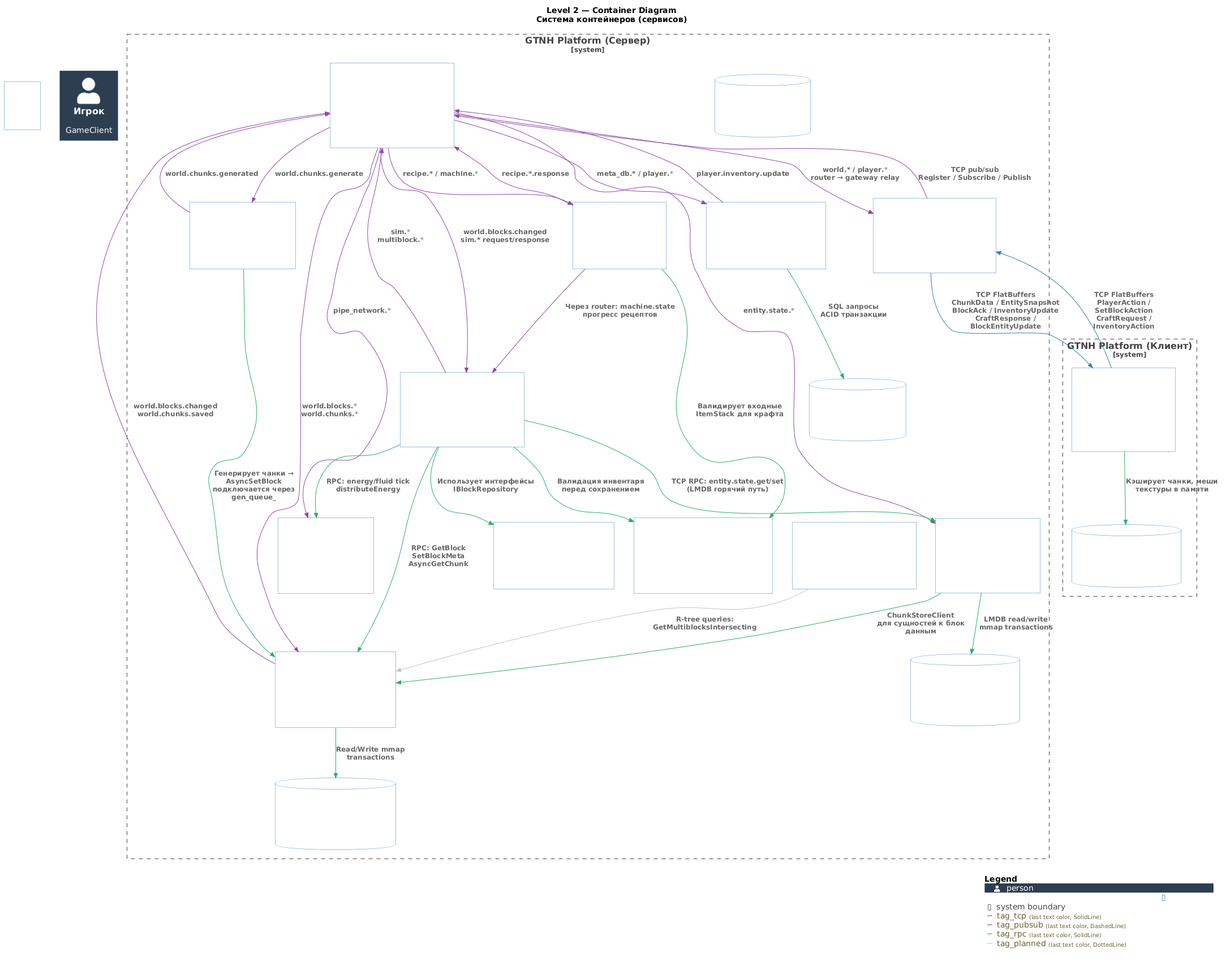
This is doc/c4/GTNH-Platform-Container-level2.png from lexasub/gtnh-platform, a PlantUML export, as it was before one commit.
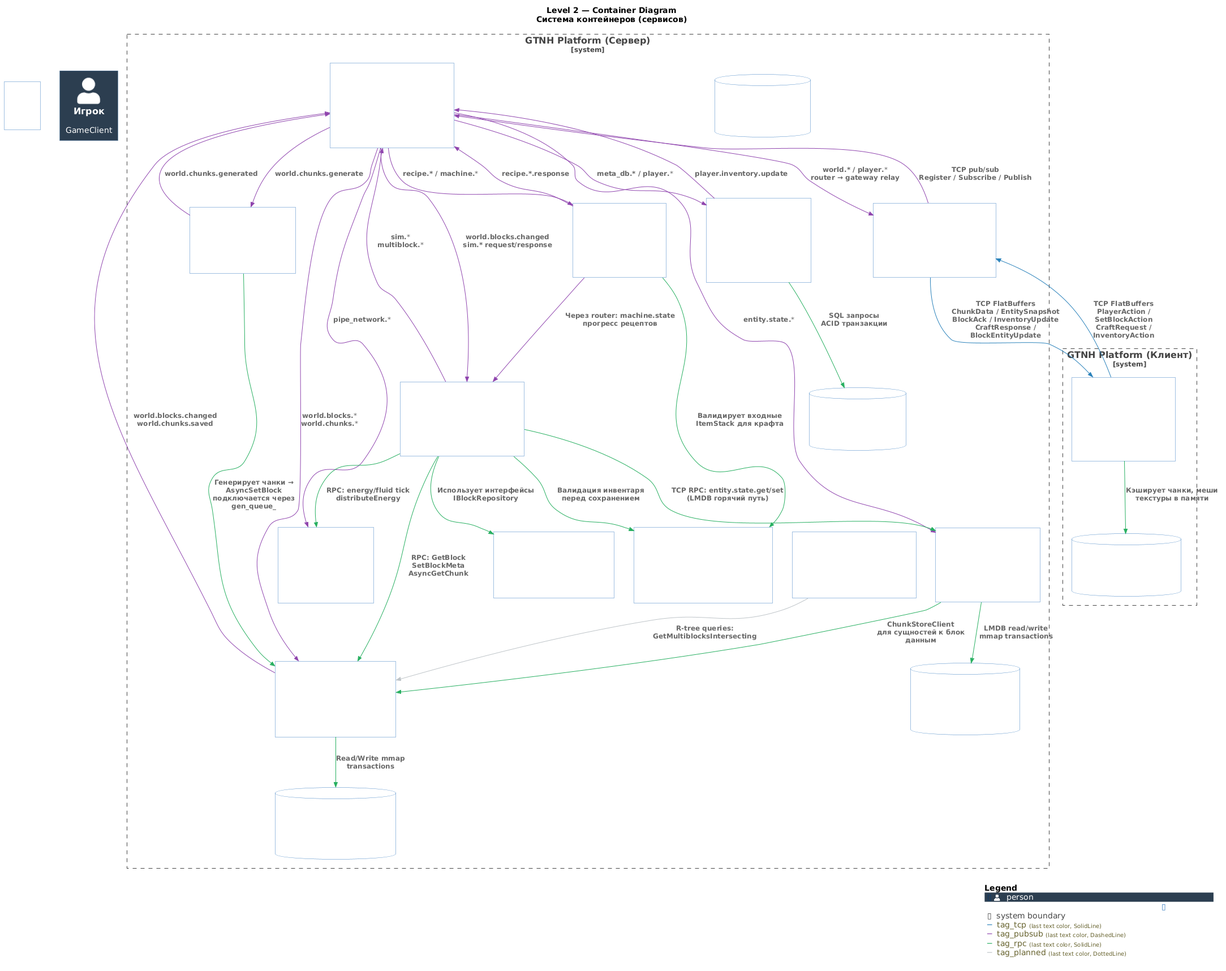
The same file after the commit.

What changed in the source:
```diff
@@ -12,7 +12,7 @@
 
     Container(router, "MessageRouter", "Go :4000", "Центральный pub/sub брокер\nMQTT-style топики, 3 уровня приоритетов\nheartbeat, service discovery")
 
-    Container(gateway, "Gateway", "C++ (Asio+io_uring)\n:5555 / :7777", "TCP шлюз для клиента\nctrl + bulk порты\ninterest management, relay")
+    Container(gateway, "Gateway", "C++ (Asio+io_uring)\n:7777 / :7778", "TCP шлюз для клиента\nctrl + bulk порты\ninterest management, relay")
 
     Container(chunkstore, "ChunkStore", "C++ (LMDB)", "Хранилище блоков\n32³ чанки, FlatBuffers RPC\nSetBlock / GetBlock / Load / Save")
     ContainerDb(lmdb, "LMDB", "mmap БД", "Чанки: blocks[] + meta[] + mb_id[]\n192 KB на чанк")
@@ -21,7 +21,7 @@
 
     ContainerDb(entity_store_db, "LMDB (EntityState)", "mmap БД", "Состояния машин\nинвентари сущностей\n(горячий путь)")
 
-    Container(simcore, "SimulationCore", "C++ (EnTT ECS)\n:5100", "ECS 20Hz tick\nмультиблоки, мобы, крафт\nмашины, энергия")
+    Container(simcore, "SimulationCore", "C++ (EnTT ECS)\n:4000 (router)", "ECS 20Hz tick\nмультиблоки, мобы, крафт\nмашины, энергия")
 
     Container(spatial, "SpatialIndex", "C++ (Boost.Geometry R-tree)", "Пространственный индекс\nпоиск мультиблоков\nO(log n) AABB queries", $tags="planned")
 
@@ -30,9 +30,9 @@
     Container(ess, "EntityStateStore", "C++ (LMDB)\n:5200", "State persistence для сущностей\nTCP RPC, LMDB-backed")
     ContainerDb(ess_db, "LMDB (ESS)", "mmap БД", "Состояния tile-entity\nбыстрый read path")
 
-    Container(recipeman, "RecipeManager", "C++", "Проверка рецептов\nкрафт по сетке\nпрогресс машин")
+    Container(recipeman, "RecipeManager", "C++\n:5555 (router)", "Проверка рецептов\nкрафт по сетке\nпрогресс машин")
 
-    Container(metadb, "MetaDB", "Go (SQLite)", "Игроки, инвентари\nпозиции, entity_state\nJSON API + FlatBuffers RPC")
+    Container(metadb, "MetaDB", "Go (SQLite)\n:5005 / :5006", "Игроки, инвентари\nпозиции, entity_state\nJSON API (:5005) + FlatBuffers RPC (:5006)")
     ContainerDb(sqlite, "SQLite (MetaDB)", "Файл БД", "players, inventory\nentity_state таблицы")
 
     Container(validation, "Validation Library", "C++ (static lib)", "InventoryValidator\nвалидация ItemStack/Inventory/EntityState\nстатическая библиотека")
```
